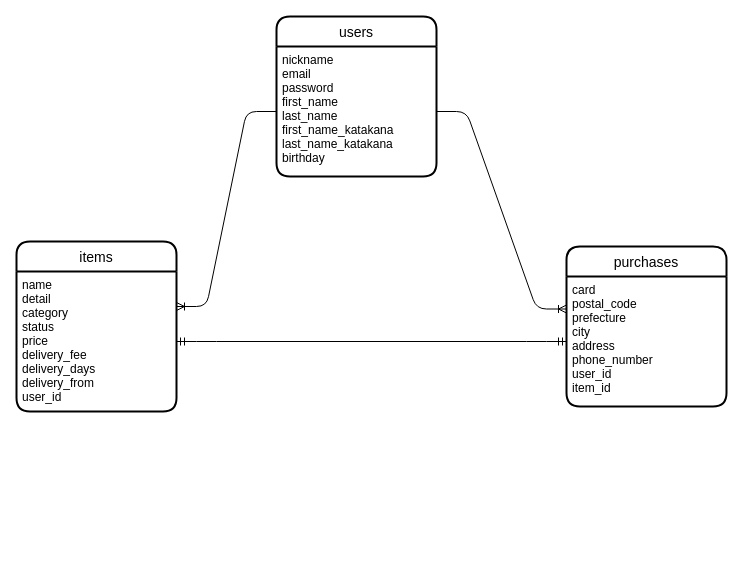
ysys1195/furima-31491 keeps this draw.io diagram as er_drawing.dio. Above is the earlier version. Source tidied: cells renumbered, new cells numbered last; positions are measured from the earlier drawing's top-left corner, leaving out a move shared by most shapes. Both pictures are drawn from the tidied source at 100%, with x=0, y=0 at pixel (16, 16).
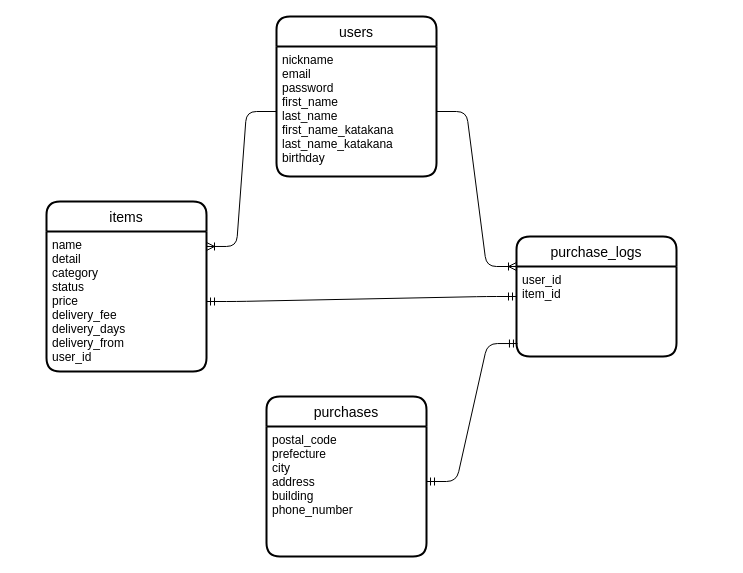
Above is the later version.

Change to the diagram source:
```diff
@@
 <mxGraphModel>
   <root>
     <mxCell id="0" />
     <mxCell id="1" parent="0" />
     <mxCell id="2" value="users" style="swimlane;horizontal=1;startSize=30;rounded=1;fontSize=14;fontStyle=0;strokeWidth=2;shadow=0;dashed=0;align=center;" parent="1" vertex="1">
       <mxGeometry x="260" width="160" height="160" as="geometry" />
     </mxCell>
     <mxCell id="3" value="nickname&#10;email&#10;password&#10;first_name&#10;last_name&#10;first_name_katakana&#10;last_name_katakana&#10;birthday" style="align=left;strokeColor=none;fillColor=none;spacingLeft=4;fontSize=12;verticalAlign=top;" parent="2" vertex="1">
       <mxGeometry y="30" width="160" height="130" as="geometry" />
     </mxCell>
     <mxCell id="4" value="items" style="swimlane;horizontal=1;startSize=30;rounded=1;fontSize=14;fontStyle=0;strokeWidth=2;shadow=0;dashed=0;align=center;" parent="1" vertex="1">
-      <mxGeometry y="225" width="160" height="170" as="geometry" />
+      <mxGeometry x="30" y="185" width="160" height="170" as="geometry" />
     </mxCell>
     <mxCell id="5" value="name&#10;detail&#10;category&#10;status&#10;price&#10;delivery_fee&#10;delivery_days&#10;delivery_from&#10;user_id" style="align=left;strokeColor=none;fillColor=none;spacingLeft=4;fontSize=12;verticalAlign=top;" parent="4" vertex="1">
       <mxGeometry y="30" width="160" height="140" as="geometry" />
     </mxCell>
     <mxCell id="6" value="purchases" style="swimlane;horizontal=1;startSize=30;rounded=1;fontSize=14;fontStyle=0;strokeWidth=2;shadow=0;dashed=0;align=center;" parent="1" vertex="1">
-      <mxGeometry x="550" y="230" width="160" height="160" as="geometry" />
+      <mxGeometry x="250" y="380" width="160" height="160" as="geometry" />
     </mxCell>
-    <mxCell id="7" value="card&#10;postal_code&#10;prefecture&#10;city&#10;address&#10;phone_number&#10;user_id&#10;item_id" style="align=left;strokeColor=none;fillColor=none;spacingLeft=4;fontSize=12;verticalAlign=top;" parent="6" vertex="1">
+    <mxCell id="7" value="postal_code&#10;prefecture&#10;city&#10;address&#10;building&#10;phone_number&#10;" style="align=left;strokeColor=none;fillColor=none;spacingLeft=4;fontSize=12;verticalAlign=top;" parent="6" vertex="1">
       <mxGeometry y="30" width="160" height="130" as="geometry" />
     </mxCell>
-    <mxCell id="8" style="edgeStyle=entityRelationEdgeStyle;fontSize=12;html=1;endArrow=ERmandOne;startArrow=ERmandOne;" parent="1" edge="1" source="5" target="7">
-      <mxGeometry relative="1" as="geometry" />
+    <mxCell id="8" style="edgeStyle=entityRelationEdgeStyle;fontSize=12;html=1;endArrow=ERmandOne;startArrow=ERmandOne;entryX=0.006;entryY=0.856;entryDx=0;entryDy=0;entryPerimeter=0;" parent="1" edge="1" target="12">
+      <mxGeometry relative="1" as="geometry">
+        <mxPoint x="410" y="465" as="sourcePoint" />
+      </mxGeometry>
     </mxCell>
-    <mxCell id="9" style="edgeStyle=entityRelationEdgeStyle;fontSize=12;html=1;endArrow=ERoneToMany;exitX=0;exitY=0.5;exitDx=0;exitDy=0;entryX=1;entryY=0.25;entryDx=0;entryDy=0;" parent="1" edge="1" source="3" target="5">
+    <mxCell id="9" style="edgeStyle=entityRelationEdgeStyle;fontSize=12;html=1;endArrow=ERoneToMany;entryX=1;entryY=0.107;entryDx=0;entryDy=0;entryPerimeter=0;" parent="1" edge="1" source="3" target="5">
       <mxGeometry relative="1" as="geometry" />
     </mxCell>
-    <mxCell id="10" style="edgeStyle=entityRelationEdgeStyle;fontSize=12;html=1;endArrow=ERoneToMany;exitX=1;exitY=0.5;exitDx=0;exitDy=0;entryX=0;entryY=0.25;entryDx=0;entryDy=0;" parent="1" edge="1" source="3" target="7">
-      <mxGeometry relative="1" as="geometry" />
-    </mxCell>
+    <mxCell id="11" value="purchase_logs" style="swimlane;horizontal=1;startSize=30;rounded=1;fontSize=14;fontStyle=0;strokeWidth=2;shadow=0;dashed=0;align=center;" parent="1" vertex="1">
+      <mxGeometry x="500" y="220" width="160" height="120" as="geometry" />
+    </mxCell>
+    <mxCell id="12" value="user_id&#10;item_id" style="align=left;strokeColor=none;fillColor=none;spacingLeft=4;fontSize=12;verticalAlign=top;" parent="11" vertex="1">
+      <mxGeometry y="30" width="160" height="90" as="geometry" />
+    </mxCell>
+    <mxCell id="13" style="edgeStyle=entityRelationEdgeStyle;fontSize=12;html=1;endArrow=ERoneToMany;entryX=0;entryY=0.25;entryDx=0;entryDy=0;" parent="1" edge="1" source="3" target="11">
+      <mxGeometry relative="1" as="geometry" />
+    </mxCell>
+    <mxCell id="14" style="edgeStyle=entityRelationEdgeStyle;fontSize=12;html=1;endArrow=ERmandOne;startArrow=ERmandOne;entryX=0;entryY=0.5;entryDx=0;entryDy=0;" parent="1" edge="1" source="5" target="11">
+      <mxGeometry relative="1" as="geometry" />
+    </mxCell>
   </root>
 </mxGraphModel>
```
